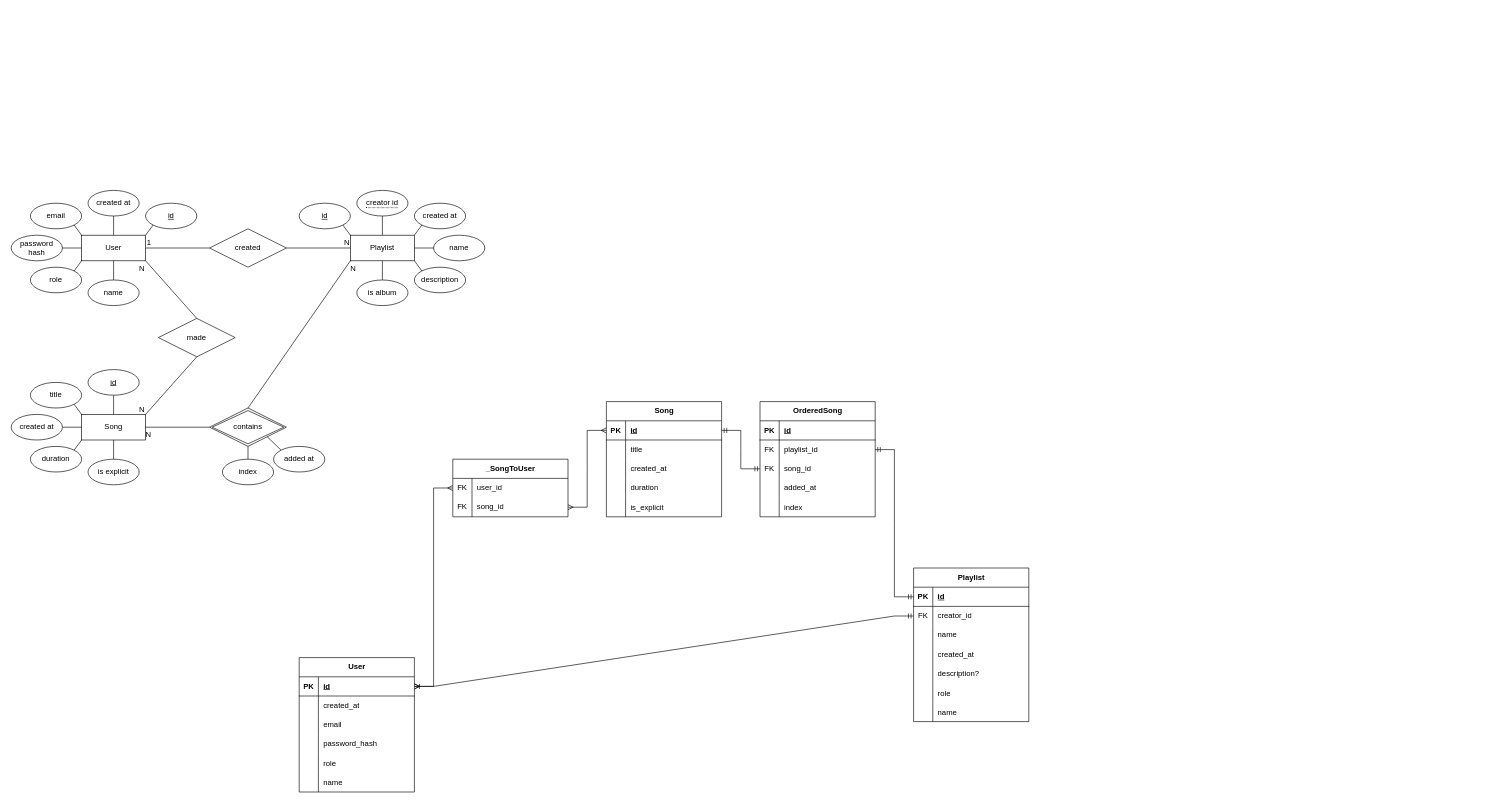
The draw.io diagram documentation/mytunes.drawio in Hubblika/MyTunes, before the edit. Source tidied: cells renumbered, new cells numbered last; positions are measured from the earlier drawing's top-left corner, leaving out a move shared by most shapes. Both pictures are drawn from the tidied source at 64%, with x=0, y=0 at pixel (11, 190).
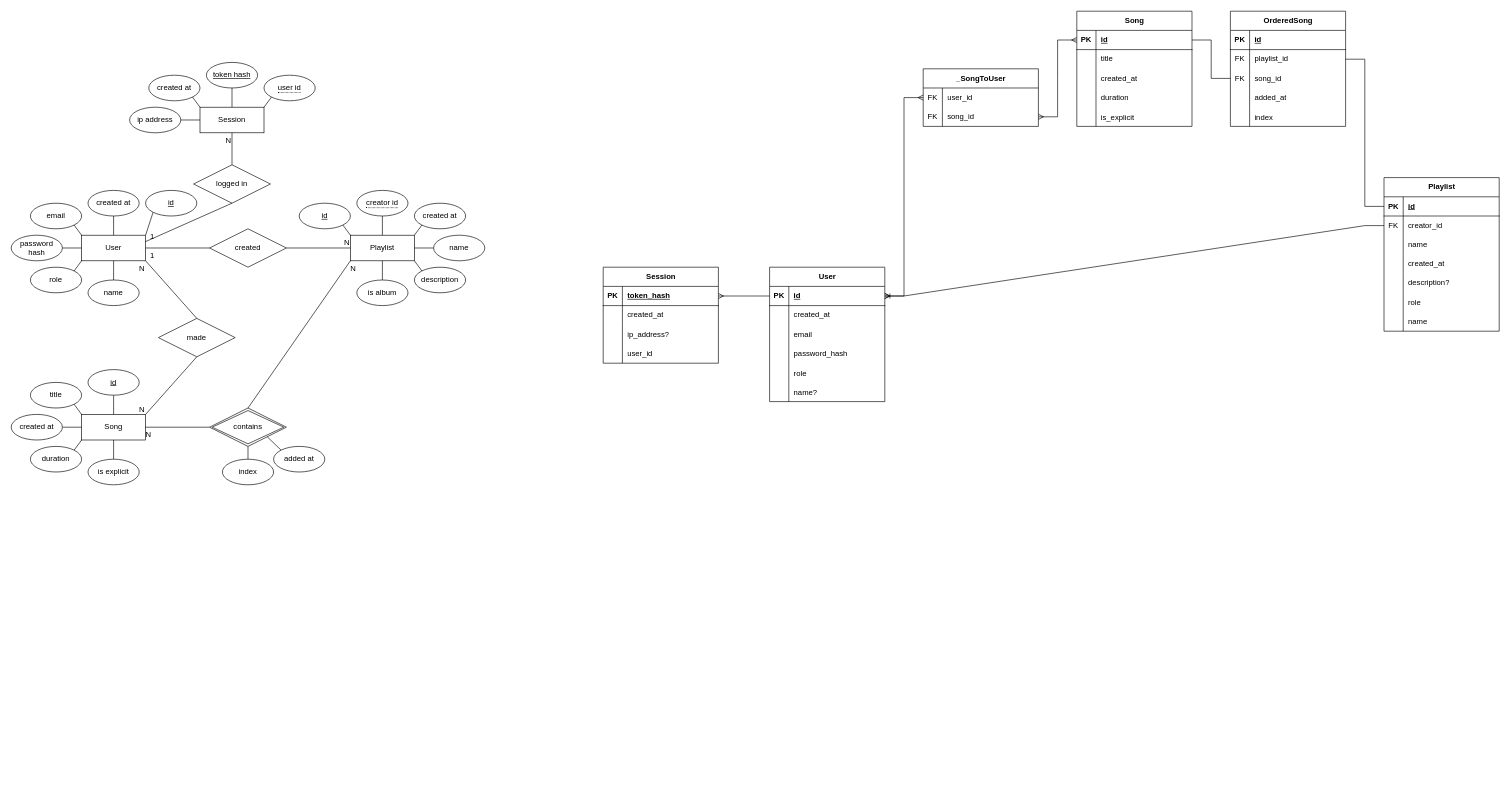
The same diagram, later.

Commit message (it also covers changes not shown here):
update database schema

The change refers to these unchanged cells:
```xml
<mxCell id="2" value="User" style="whiteSpace=wrap;html=1;align=center;" parent="1" vertex="1">
  <mxGeometry x="110" y="70" width="100" height="40" as="geometry" />
</mxCell>
<mxCell id="31" style="endArrow=none;html=1;rounded=0;exitX=0;exitY=0.5;exitDx=0;exitDy=0;entryX=1;entryY=0.5;entryDx=0;entryDy=0;" parent="1" edge="1" source="28" target="2">
  <mxGeometry relative="1" as="geometry" />
</mxCell>
<mxCell id="59" style="shape=tableRow;horizontal=0;startSize=0;swimlaneHead=0;swimlaneBody=0;fillColor=none;points=[[0,0.5],[1,0.5]];portConstraint=eastwest;top=0;left=0;right=0;bottom=1;" parent="58" vertex="1">
  <mxGeometry y="30" width="180" height="30" as="geometry" />
</mxCell>
<mxCell id="74" style="shape=tableRow;horizontal=0;startSize=0;swimlaneHead=0;swimlaneBody=0;fillColor=none;top=0;left=0;right=0;bottom=0;" parent="58" vertex="1">
  <mxGeometry y="180" width="180" height="30" as="geometry" />
</mxCell>
<mxCell id="78" style="shape=tableRow;horizontal=0;startSize=0;swimlaneHead=0;swimlaneBody=0;fillColor=none;points=[[0,0.5],[1,0.5]];portConstraint=eastwest;top=0;left=0;right=0;bottom=1;" parent="77" vertex="1">
  <mxGeometry y="30" width="180" height="30" as="geometry" />
</mxCell>
<mxCell id="81" style="shape=tableRow;horizontal=0;startSize=0;swimlaneHead=0;swimlaneBody=0;fillColor=none;points=[[0,0.5],[1,0.5]];portConstraint=eastwest;top=0;left=0;right=0;bottom=0;" parent="77" vertex="1">
  <mxGeometry y="60" width="180" height="30" as="geometry" />
</mxCell>
<mxCell id="100" style="shape=tableRow;horizontal=0;startSize=0;swimlaneHead=0;swimlaneBody=0;fillColor=none;points=[[0,0.5],[1,0.5]];portConstraint=eastwest;top=0;left=0;right=0;bottom=1;" parent="99" vertex="1">
  <mxGeometry y="30" width="180" height="30" as="geometry" />
</mxCell>
<mxCell id="119" style="shape=tableRow;horizontal=0;startSize=0;swimlaneHead=0;swimlaneBody=0;fillColor=none;points=[[0,0.5],[1,0.5]];portConstraint=eastwest;top=0;left=0;right=0;bottom=0;" parent="115" vertex="1">
  <mxGeometry y="60" width="180" height="30" as="geometry" />
</mxCell>
<mxCell id="122" style="shape=tableRow;horizontal=0;startSize=0;swimlaneHead=0;swimlaneBody=0;fillColor=none;points=[[0,0.5],[1,0.5]];portConstraint=eastwest;top=0;left=0;right=0;bottom=0;" parent="115" vertex="1">
  <mxGeometry y="90" width="180" height="30" as="geometry" />
</mxCell>
```

Change to the diagram source:
```diff
@@
     <mxCell id="10" value="&lt;u&gt;id&lt;/u&gt;" style="ellipse;whiteSpace=wrap;html=1;align=center;" parent="1" vertex="1">
-      <mxGeometry x="210" y="20" width="80" height="40" as="geometry" />
+      <mxGeometry x="210" width="80" height="40" as="geometry" />
     </mxCell>
@@
     <mxCell id="32" value="1" style="html=1;whiteSpace=wrap;align=right;verticalAlign=bottom;" parent="31" vertex="1">
       <mxGeometry x="1" relative="1" as="geometry">
-        <mxPoint x="10" as="offset" />
+        <mxPoint x="15" y="20" as="offset" />
       </mxGeometry>
     </mxCell>
@@
     <mxCell id="58" value="User" style="shape=table;startSize=30;childLayout=tableLayout;rowLines=0;fontStyle=1;align=center;html=1;" parent="1" vertex="1">
-      <mxGeometry x="450" y="730" width="180" height="210" as="geometry" />
+      <mxGeometry x="1185" y="120" width="180" height="210" as="geometry" />
     </mxCell>
@@
-    <mxCell id="76" value="name" style="shape=partialRectangle;fillColor=none;top=0;left=0;bottom=0;right=0;align=left;spacingLeft=6;overflow=hidden;" parent="74" vertex="1">
+    <mxCell id="76" value="name?" style="shape=partialRectangle;fillColor=none;top=0;left=0;bottom=0;right=0;align=left;spacingLeft=6;overflow=hidden;" parent="74" vertex="1">
       <mxGeometry x="30" width="150" height="30" as="geometry" />
     </mxCell>
     <mxCell id="77" value="Playlist" style="shape=table;startSize=30;childLayout=tableLayout;rowLines=0;fontStyle=1;align=center;html=1;" parent="1" vertex="1">
-      <mxGeometry x="1410" y="590" width="180" height="240" as="geometry" />
+      <mxGeometry x="2145" y="-20" width="180" height="240" as="geometry" />
     </mxCell>
@@
     <mxCell id="99" value="Song" style="shape=table;startSize=30;childLayout=tableLayout;rowLines=0;fontStyle=1;align=center;html=1;" parent="1" vertex="1">
-      <mxGeometry x="930" y="330" width="180" height="180" as="geometry" />
+      <mxGeometry x="1665" y="-280" width="180" height="180" as="geometry" />
     </mxCell>
@@
     <mxCell id="115" value="OrderedSong" style="shape=table;startSize=30;childLayout=tableLayout;rowLines=0;fontStyle=1;align=center;html=1;" parent="1" vertex="1">
-      <mxGeometry x="1170" y="330" width="180" height="180" as="geometry" />
+      <mxGeometry x="1905" y="-280" width="180" height="180" as="geometry" />
     </mxCell>
@@
-    <mxCell id="131" style="edgeStyle=entityRelationEdgeStyle;fontSize=12;html=1;endArrow=ERoneToMany;startArrow=ERmandOne;rounded=0;exitX=0;exitY=0.5;exitDx=0;exitDy=0;entryX=1;entryY=0.5;entryDx=0;entryDy=0;" parent="1" edge="1" source="81" target="59">
+    <mxCell id="131" style="edgeStyle=entityRelationEdgeStyle;fontSize=12;html=1;endArrow=ERoneToMany;startArrow=none;rounded=0;exitX=0;exitY=0.5;exitDx=0;exitDy=0;entryX=1;entryY=0.5;entryDx=0;entryDy=0;startFill=0;" parent="1" edge="1" source="81" target="59">
       <mxGeometry relative="1" as="geometry" />
     </mxCell>
     <mxCell id="132" value="_SongToUser" style="shape=table;startSize=30;childLayout=tableLayout;rowLines=0;fontStyle=1;align=center;html=1;" parent="1" vertex="1">
-      <mxGeometry x="690" y="420" width="180" height="90" as="geometry" />
+      <mxGeometry x="1425" y="-190" width="180" height="90" as="geometry" />
     </mxCell>
@@
-    <mxCell id="139" style="edgeStyle=entityRelationEdgeStyle;fontSize=12;html=1;endArrow=ERmandOne;startArrow=ERmandOne;rounded=0;exitX=1;exitY=0.5;exitDx=0;exitDy=0;entryX=0;entryY=0.5;entryDx=0;entryDy=0;" parent="1" edge="1" source="100" target="122">
+    <mxCell id="139" style="edgeStyle=entityRelationEdgeStyle;fontSize=12;html=1;endArrow=none;startArrow=none;rounded=0;exitX=1;exitY=0.5;exitDx=0;exitDy=0;entryX=0;entryY=0.5;entryDx=0;entryDy=0;startFill=0;endFill=0;" parent="1" edge="1" source="100" target="122">
       <mxGeometry relative="1" as="geometry" />
     </mxCell>
-    <mxCell id="140" style="edgeStyle=entityRelationEdgeStyle;fontSize=12;html=1;endArrow=ERmandOne;startArrow=ERmandOne;rounded=0;exitX=1;exitY=0.5;exitDx=0;exitDy=0;entryX=0;entryY=0.5;entryDx=0;entryDy=0;" parent="1" edge="1" source="119" target="78">
+    <mxCell id="140" style="edgeStyle=entityRelationEdgeStyle;fontSize=12;html=1;endArrow=none;startArrow=none;rounded=0;exitX=1;exitY=0.5;exitDx=0;exitDy=0;entryX=0;entryY=0.5;entryDx=0;entryDy=0;startFill=0;endFill=0;" parent="1" edge="1" source="119" target="78">
       <mxGeometry relative="1" as="geometry" />
     </mxCell>
@@
+    <mxCell id="143" value="&lt;div&gt;Session&lt;/div&gt;" style="whiteSpace=wrap;html=1;align=center;" parent="1" vertex="1">
+      <mxGeometry x="295" y="-130" width="100" height="40" as="geometry" />
+    </mxCell>
+    <mxCell id="144" style="endArrow=none;html=1;rounded=0;entryX=0.5;entryY=1;entryDx=0;entryDy=0;exitX=0.5;exitY=0;exitDx=0;exitDy=0;" parent="1" edge="1" source="143" target="145">
+      <mxGeometry relative="1" as="geometry" />
+    </mxCell>
+    <mxCell id="145" value="&lt;u&gt;token hash&lt;/u&gt;" style="ellipse;whiteSpace=wrap;html=1;align=center;" parent="1" vertex="1">
+      <mxGeometry x="305" y="-200" width="80" height="40" as="geometry" />
+    </mxCell>
+    <mxCell id="146" style="endArrow=none;html=1;rounded=0;entryX=1;entryY=1;entryDx=0;entryDy=0;exitX=0;exitY=0;exitDx=0;exitDy=0;" parent="1" edge="1" source="143" target="147">
+      <mxGeometry relative="1" as="geometry" />
+    </mxCell>
+    <mxCell id="147" value="created at" style="ellipse;whiteSpace=wrap;html=1;align=center;" parent="1" vertex="1">
+      <mxGeometry x="215" y="-180" width="80" height="40" as="geometry" />
+    </mxCell>
+    <mxCell id="148" style="endArrow=none;html=1;rounded=0;entryX=1;entryY=0.5;entryDx=0;entryDy=0;exitX=0;exitY=0.5;exitDx=0;exitDy=0;" parent="1" edge="1" source="143" target="149">
+      <mxGeometry relative="1" as="geometry" />
+    </mxCell>
+    <mxCell id="149" value="ip address" style="ellipse;whiteSpace=wrap;html=1;align=center;" parent="1" vertex="1">
+      <mxGeometry x="185" y="-130" width="80" height="40" as="geometry" />
+    </mxCell>
+    <mxCell id="150" style="endArrow=none;html=1;rounded=0;entryX=1;entryY=0;entryDx=0;entryDy=0;exitX=0;exitY=1;exitDx=0;exitDy=0;" parent="1" edge="1" source="151" target="143">
+      <mxGeometry relative="1" as="geometry" />
+    </mxCell>
+    <mxCell id="151" value="&lt;span style=&quot;border-bottom: 1px dotted;&quot;&gt;user id&lt;/span&gt;" style="ellipse;whiteSpace=wrap;html=1;align=center;" parent="1" vertex="1">
+      <mxGeometry x="395" y="-180" width="80" height="40" as="geometry" />
+    </mxCell>
+    <mxCell id="152" value="Session" style="shape=table;startSize=30;childLayout=tableLayout;rowLines=0;fontStyle=1;align=center;html=1;" parent="1" vertex="1">
+      <mxGeometry x="925" y="120" width="180" height="150" as="geometry" />
+    </mxCell>
+    <mxCell id="153" style="shape=tableRow;horizontal=0;startSize=0;swimlaneHead=0;swimlaneBody=0;fillColor=none;points=[[0,0.5],[1,0.5]];portConstraint=eastwest;top=0;left=0;right=0;bottom=1;" parent="152" vertex="1">
+      <mxGeometry y="30" width="180" height="30" as="geometry" />
+    </mxCell>
+    <mxCell id="154" value="PK" style="shape=partialRectangle;fillColor=none;top=0;left=0;bottom=0;right=0;fontStyle=1;overflow=hidden;whiteSpace=wrap;html=1;" parent="153" vertex="1">
+      <mxGeometry width="30" height="30" as="geometry" />
+    </mxCell>
+    <mxCell id="155" value="token_hash" style="shape=partialRectangle;fillColor=none;top=0;left=0;bottom=0;right=0;align=left;spacingLeft=6;fontStyle=5;overflow=hidden;whiteSpace=wrap;html=1;" parent="153" vertex="1">
+      <mxGeometry x="30" width="150" height="30" as="geometry" />
+    </mxCell>
+    <mxCell id="156" style="shape=tableRow;horizontal=0;startSize=0;swimlaneHead=0;swimlaneBody=0;fillColor=none;top=0;left=0;right=0;bottom=0;" parent="152" vertex="1">
+      <mxGeometry y="60" width="180" height="30" as="geometry" />
+    </mxCell>
+    <mxCell id="157" style="shape=partialRectangle;fillColor=none;top=0;left=0;bottom=0;right=0;overflow=hidden;whiteSpace=wrap;html=1;" parent="156" vertex="1">
+      <mxGeometry width="30" height="30" as="geometry" />
+    </mxCell>
+    <mxCell id="158" value="created_at" style="shape=partialRectangle;fillColor=none;top=0;left=0;bottom=0;right=0;align=left;spacingLeft=6;overflow=hidden;whiteSpace=wrap;html=1;" parent="156" vertex="1">
+      <mxGeometry x="30" width="150" height="30" as="geometry" />
+    </mxCell>
+    <mxCell id="159" style="shape=tableRow;horizontal=0;startSize=0;swimlaneHead=0;swimlaneBody=0;fillColor=none;top=0;left=0;right=0;bottom=0;" parent="152" vertex="1">
+      <mxGeometry y="90" width="180" height="30" as="geometry" />
+    </mxCell>
+    <mxCell id="160" style="shape=partialRectangle;fillColor=none;top=0;left=0;bottom=0;right=0;overflow=hidden;whiteSpace=wrap;html=1;" parent="159" vertex="1">
+      <mxGeometry width="30" height="30" as="geometry" />
+    </mxCell>
+    <mxCell id="161" value="ip_address?" style="shape=partialRectangle;fillColor=none;top=0;left=0;bottom=0;right=0;align=left;spacingLeft=6;overflow=hidden;whiteSpace=wrap;html=1;" parent="159" vertex="1">
+      <mxGeometry x="30" width="150" height="30" as="geometry" />
+    </mxCell>
+    <mxCell id="162" style="shape=tableRow;horizontal=0;startSize=0;swimlaneHead=0;swimlaneBody=0;fillColor=none;top=0;left=0;right=0;bottom=0;" parent="152" vertex="1">
+      <mxGeometry y="120" width="180" height="30" as="geometry" />
+    </mxCell>
+    <mxCell id="163" style="shape=partialRectangle;fillColor=none;top=0;left=0;bottom=0;right=0;overflow=hidden;whiteSpace=wrap;html=1;" parent="162" vertex="1">
+      <mxGeometry width="30" height="30" as="geometry" />
+    </mxCell>
+    <mxCell id="164" value="user_id" style="shape=partialRectangle;fillColor=none;top=0;left=0;bottom=0;right=0;align=left;spacingLeft=6;overflow=hidden;whiteSpace=wrap;html=1;" parent="162" vertex="1">
+      <mxGeometry x="30" width="150" height="30" as="geometry" />
+    </mxCell>
+    <mxCell id="165" style="edgeStyle=entityRelationEdgeStyle;fontSize=12;html=1;endArrow=none;startArrow=ERmany;rounded=0;exitX=1;exitY=0.5;exitDx=0;exitDy=0;entryX=0;entryY=0.5;entryDx=0;entryDy=0;endFill=0;" parent="1" edge="1" source="153" target="59">
+      <mxGeometry relative="1" as="geometry" />
+    </mxCell>
+    <mxCell id="166" value="logged in" style="shape=rhombus;perimeter=rhombusPerimeter;whiteSpace=wrap;html=1;align=center;" parent="1" vertex="1">
+      <mxGeometry x="285" y="-40" width="120" height="60" as="geometry" />
+    </mxCell>
+    <mxCell id="167" style="endArrow=none;html=1;rounded=0;exitX=0.5;exitY=0;exitDx=0;exitDy=0;entryX=0.5;entryY=1;entryDx=0;entryDy=0;" parent="1" edge="1" source="166" target="143">
+      <mxGeometry relative="1" as="geometry" />
+    </mxCell>
+    <mxCell id="168" value="N" style="html=1;whiteSpace=wrap;align=right;verticalAlign=bottom;" parent="167" vertex="1">
+      <mxGeometry x="1" relative="1" as="geometry">
+        <mxPoint y="20" as="offset" />
+      </mxGeometry>
+    </mxCell>
+    <mxCell id="169" style="endArrow=none;html=1;rounded=0;exitX=0.5;exitY=1;exitDx=0;exitDy=0;entryX=1;entryY=0.25;entryDx=0;entryDy=0;" parent="1" edge="1" source="166" target="2">
+      <mxGeometry relative="1" as="geometry" />
+    </mxCell>
+    <mxCell id="170" value="1" style="html=1;whiteSpace=wrap;align=right;verticalAlign=bottom;" parent="169" vertex="1">
+      <mxGeometry x="1" relative="1" as="geometry">
+        <mxPoint x="15" as="offset" />
+      </mxGeometry>
+    </mxCell>
```
